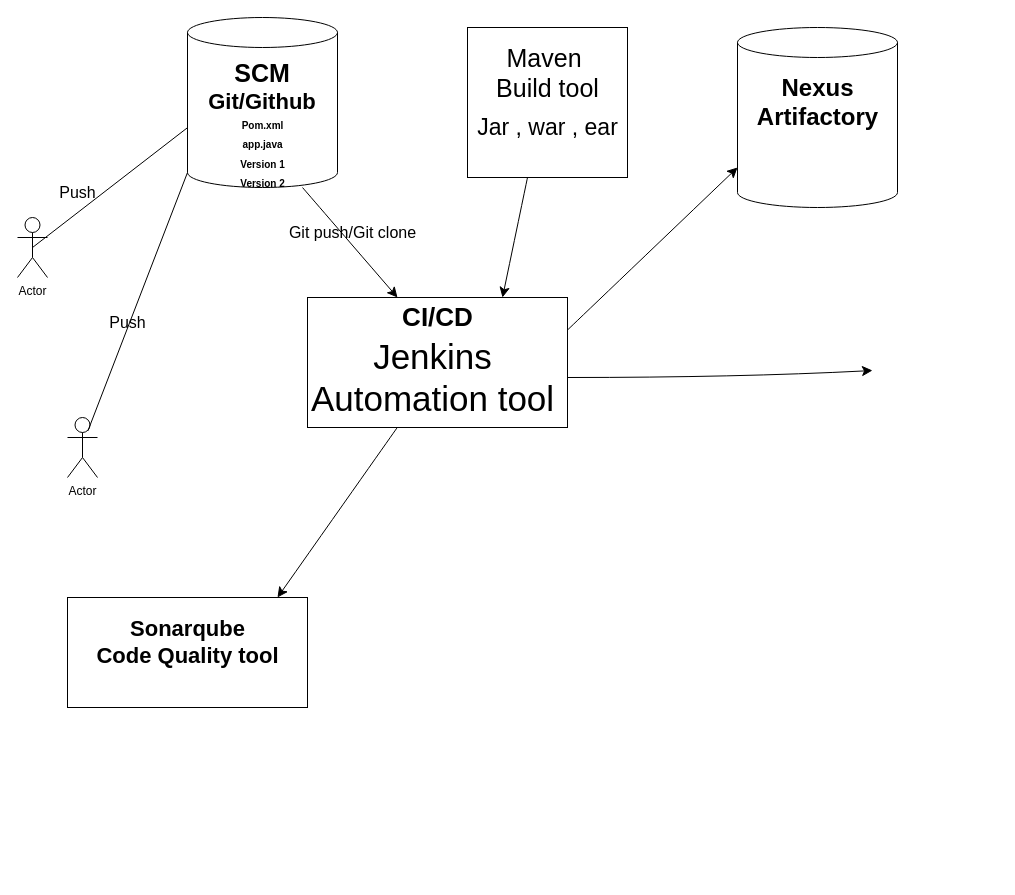
This is Practice.drawio from Landmark80/Tesla, a draw.io file, before an edit. Source tidied: cells renumbered, new cells numbered last; positions are measured from the earlier drawing's top-left corner, leaving out a move shared by most shapes. Both pictures are drawn from the tidied source at 100%, with x=0, y=0 at pixel (17, 17).
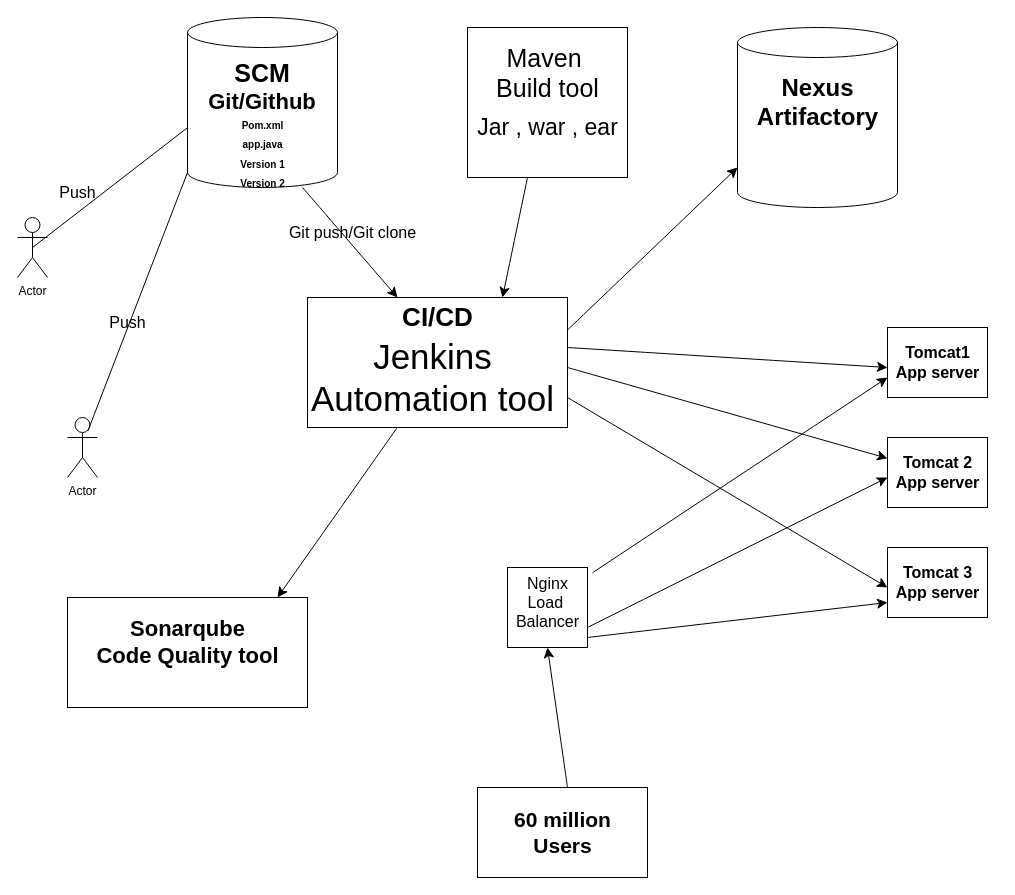
After the change.

Unchanged cells that the change refers to:
```xml
<mxCell id="12" value="Jenkins&lt;br style=&quot;font-size: 35px;&quot;&gt;Automation tool" style="text;html=1;align=center;verticalAlign=middle;points=[];strokeColor=none;fillColor=none;fontSize=35;" parent="1" vertex="1">
  <mxGeometry x="280" y="310" width="270" height="100" as="geometry" />
</mxCell>
```

Diff of the diagram source:
```diff
@@
-    <mxCell id="27" style="edgeStyle=none;jettySize=auto;html=1;rounded=0;fontSize=12;startSize=8;endSize=8;curved=1;exitX=1;exitY=0.5;exitDx=0;exitDy=0;exitPerimeter=0;" parent="1" edge="1" source="12">
-      <mxGeometry relative="1" as="geometry">
-        <mxPoint x="855" y="353" as="targetPoint" />
-        <Array as="points">
-          <mxPoint x="720" y="360" />
-        </Array>
-      </mxGeometry>
-    </mxCell>
+    <mxCell id="28" style="whiteSpace=wrap;html=1;fontSize=16;" parent="1" vertex="1">
+      <mxGeometry x="870" y="310" width="100" height="70" as="geometry" />
+    </mxCell>
+    <mxCell id="29" value="&lt;b&gt;Tomcat1&lt;br&gt;App server&lt;/b&gt;" style="text;html=1;align=center;verticalAlign=middle;points=[];strokeColor=none;fillColor=none;fontSize=16;" parent="1" vertex="1">
+      <mxGeometry x="870" y="320" width="100" height="50" as="geometry" />
+    </mxCell>
+    <mxCell id="30" style="edgeStyle=none;curved=1;rounded=0;orthogonalLoop=1;jettySize=auto;html=1;entryX=1;entryY=0.5;entryDx=0;entryDy=0;fontSize=12;startSize=8;endSize=8;" parent="1" edge="1" source="28" target="28">
+      <mxGeometry relative="1" as="geometry" />
+    </mxCell>
+    <mxCell id="31" style="whiteSpace=wrap;html=1;fontSize=16;" parent="1" vertex="1">
+      <mxGeometry x="870" y="420" width="100" height="70" as="geometry" />
+    </mxCell>
+    <mxCell id="32" value="&lt;b&gt;Tomcat 2&lt;br&gt;App server&lt;br&gt;&lt;/b&gt;" style="text;html=1;align=center;verticalAlign=middle;points=[];strokeColor=none;fillColor=none;fontSize=16;" parent="1" vertex="1">
+      <mxGeometry x="870" y="430" width="100" height="50" as="geometry" />
+    </mxCell>
+    <mxCell id="33" style="rounded=0;whiteSpace=wrap;html=1;fontSize=16;" parent="1" vertex="1">
+      <mxGeometry x="870" y="530" width="100" height="70" as="geometry" />
+    </mxCell>
+    <mxCell id="34" value="&lt;b&gt;Tomcat 3&lt;br&gt;App server&lt;br&gt;&lt;/b&gt;" style="text;html=1;align=center;verticalAlign=middle;points=[];strokeColor=none;fillColor=none;fontSize=16;" parent="1" vertex="1">
+      <mxGeometry x="870" y="540" width="100" height="50" as="geometry" />
+    </mxCell>
+    <mxCell id="35" style="endArrow=classic;html=1;rounded=0;fontSize=12;startSize=8;endSize=8;curved=1;exitX=1;exitY=0.4;exitDx=0;exitDy=0;exitPerimeter=0;" parent="1" edge="1" source="12" target="32">
+      <mxGeometry relative="1" as="geometry" />
+    </mxCell>
+    <mxCell id="36" style="endArrow=classic;html=1;rounded=0;fontSize=12;startSize=8;endSize=8;curved=1;entryX=0;entryY=0.6;entryDx=0;entryDy=0;entryPerimeter=0;exitX=1;exitY=0.7;exitDx=0;exitDy=0;exitPerimeter=0;" parent="1" edge="1" source="12" target="34">
+      <mxGeometry relative="1" as="geometry" />
+    </mxCell>
+    <mxCell id="37" style="whiteSpace=wrap;html=1;fontSize=16;" parent="1" vertex="1">
+      <mxGeometry x="490" y="550" width="80" height="80" as="geometry" />
+    </mxCell>
+    <mxCell id="38" style="edgeStyle=none;jettySize=auto;html=1;rounded=0;fontSize=12;startSize=8;endSize=8;curved=1;entryX=0;entryY=0.6;entryDx=0;entryDy=0;entryPerimeter=0;exitX=1;exitY=0.2;exitDx=0;exitDy=0;exitPerimeter=0;" parent="1" edge="1" source="12" target="29">
+      <mxGeometry relative="1" as="geometry" />
+    </mxCell>
+    <mxCell id="39" value="Nginx&lt;br&gt;Load&amp;nbsp;&lt;br&gt;Balancer" style="text;html=1;align=center;verticalAlign=middle;points=[];strokeColor=none;fillColor=none;fontSize=16;" parent="1" vertex="1">
+      <mxGeometry x="485" y="550" width="90" height="70" as="geometry" />
+    </mxCell>
+    <mxCell id="40" style="edgeStyle=none;jettySize=auto;html=1;rounded=0;fontSize=12;startSize=8;endSize=8;curved=1;entryX=0;entryY=0.8;entryDx=0;entryDy=0;entryPerimeter=0;" parent="1" edge="1" source="39" target="29">
+      <mxGeometry relative="1" as="geometry" />
+    </mxCell>
+    <mxCell id="41" style="edgeStyle=none;jettySize=auto;html=1;rounded=0;fontSize=12;startSize=8;endSize=8;curved=1;exitX=0.944;exitY=0.857;exitDx=0;exitDy=0;exitPerimeter=0;entryX=0;entryY=0.6;entryDx=0;entryDy=0;entryPerimeter=0;" parent="1" edge="1" source="39" target="32">
+      <mxGeometry relative="1" as="geometry" />
+    </mxCell>
+    <mxCell id="42" style="edgeStyle=none;jettySize=auto;html=1;rounded=0;fontSize=12;startSize=8;endSize=8;curved=1;exitX=0.944;exitY=1;exitDx=0;exitDy=0;exitPerimeter=0;" parent="1" edge="1" source="39">
+      <mxGeometry relative="1" as="geometry">
+        <mxPoint x="870" y="585" as="targetPoint" />
+      </mxGeometry>
+    </mxCell>
+    <mxCell id="43" style="edgeStyle=none;jettySize=auto;html=1;rounded=0;fontSize=12;startSize=8;endSize=8;curved=1;entryX=0.5;entryY=1;entryDx=0;entryDy=0;" parent="1" edge="1" target="37">
+      <mxGeometry relative="1" as="geometry">
+        <mxPoint x="550" y="770" as="sourcePoint" />
+      </mxGeometry>
+    </mxCell>
+    <mxCell id="44" style="whiteSpace=wrap;html=1;fontSize=16;" parent="1" vertex="1">
+      <mxGeometry x="460" y="770" width="170" height="90" as="geometry" />
+    </mxCell>
+    <mxCell id="45" value="&lt;b style=&quot;font-size: 21px;&quot;&gt;60 million&lt;br&gt;Users&lt;/b&gt;" style="text;html=1;align=center;verticalAlign=middle;strokeColor=none;fillColor=none;fontSize=16;" parent="1" vertex="1">
+      <mxGeometry x="485" y="785" width="120" height="60" as="geometry" />
+    </mxCell>
```
